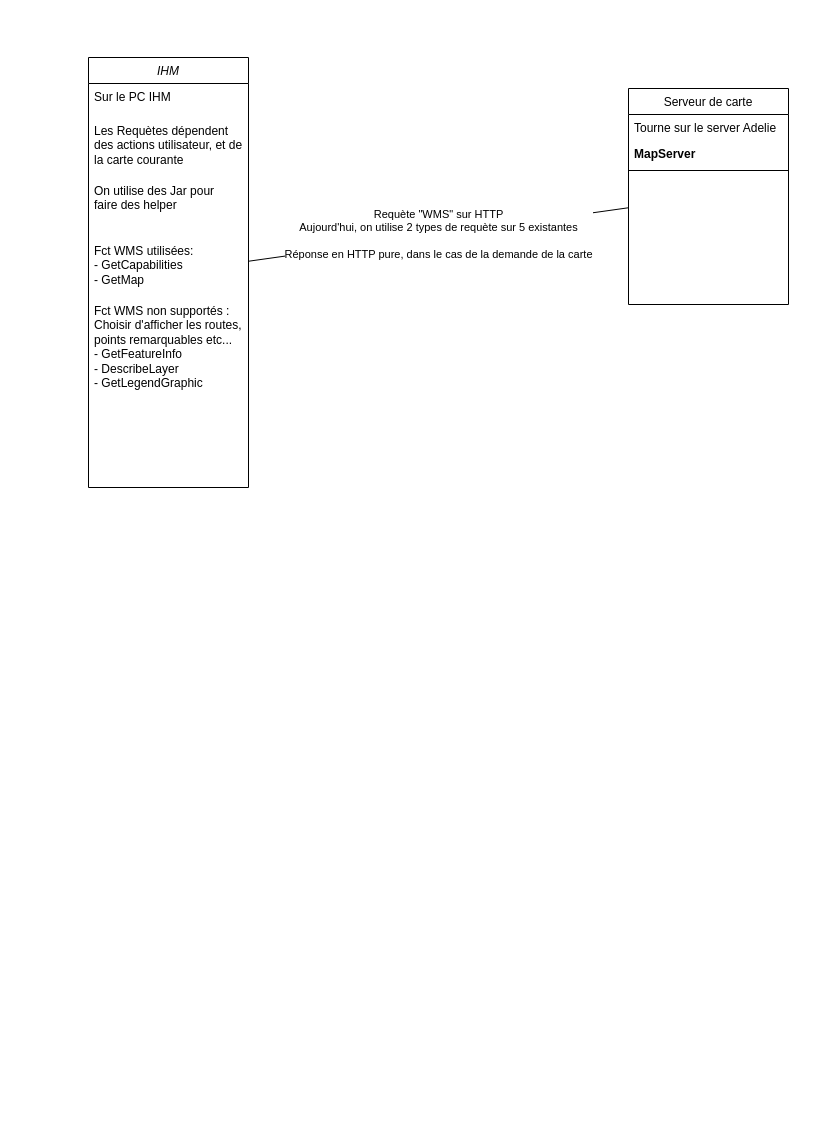
ParaPimo/parapimo-sandbox keeps this draw.io diagram as 2022-06_Adelie_Maps.drawio. Above is the earlier version. Source tidied: cells renumbered, new cells numbered last; positions are measured from the earlier drawing's top-left corner, leaving out a move shared by most shapes. Both pictures are drawn from the tidied source at 100%, with x=0, y=0 at pixel (88, 57).
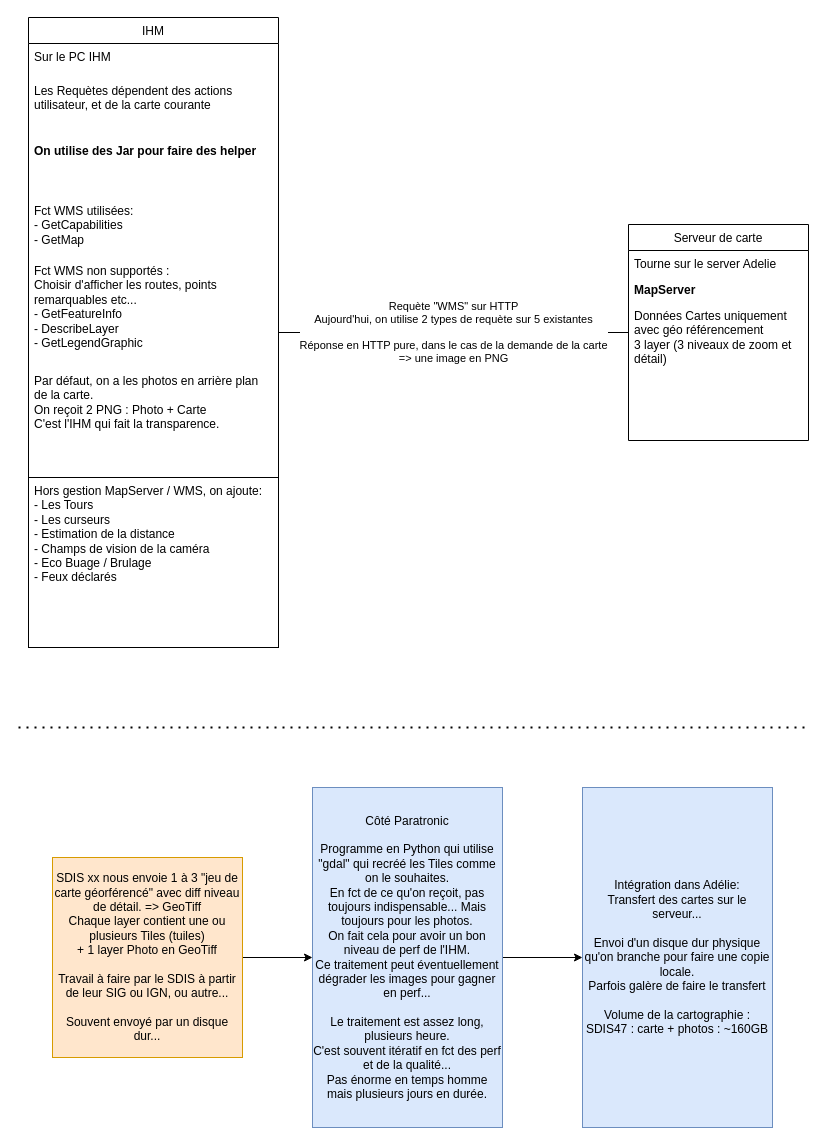
The same page after the edit.

Diff of the diagram source:
```diff
@@
-    <mxCell id="2" value="IHM" style="swimlane;fontStyle=2;align=center;verticalAlign=top;horizontal=1;startSize=26;rounded=0;shadow=0;strokeWidth=1;" parent="1" vertex="1">
-      <mxGeometry width="160" height="430" as="geometry" />
+    <mxCell id="2" value="IHM" style="swimlane;fontStyle=0;align=center;verticalAlign=top;horizontal=1;startSize=26;rounded=0;shadow=0;strokeWidth=1;" parent="1" vertex="1">
+      <mxGeometry x="-60" y="-40" width="250" height="630" as="geometry" />
     </mxCell>
     <mxCell id="3" value="Sur le PC IHM&#10;&#10;" style="text;align=left;verticalAlign=top;spacingLeft=4;spacingRight=4;overflow=hidden;rounded=0;shadow=0;html=0;whiteSpace=wrap;" parent="2" vertex="1">
-      <mxGeometry y="26" width="160" height="34" as="geometry" />
+      <mxGeometry y="26" width="250" height="34" as="geometry" />
     </mxCell>
     <mxCell id="4" value="Les Requètes dépendent des actions utilisateur, et de la carte courante" style="text;align=left;verticalAlign=top;spacingLeft=4;spacingRight=4;overflow=hidden;rounded=0;shadow=0;html=0;whiteSpace=wrap;" parent="2" vertex="1">
-      <mxGeometry y="60" width="160" height="60" as="geometry" />
+      <mxGeometry y="60" width="250" height="60" as="geometry" />
     </mxCell>
-    <mxCell id="5" value="On utilise des Jar pour  faire des helper" style="text;align=left;verticalAlign=top;spacingLeft=4;spacingRight=4;overflow=hidden;rounded=0;shadow=0;html=0;whiteSpace=wrap;" parent="2" vertex="1">
-      <mxGeometry y="120" width="160" height="60" as="geometry" />
+    <mxCell id="5" value="On utilise des Jar pour faire des helper" style="text;align=left;verticalAlign=top;spacingLeft=4;spacingRight=4;overflow=hidden;rounded=0;shadow=0;html=0;whiteSpace=wrap;fontStyle=1;" parent="2" vertex="1">
+      <mxGeometry y="120" width="250" height="60" as="geometry" />
     </mxCell>
     <mxCell id="6" value="Fct WMS utilisées:&#10;- GetCapabilities&#10;- GetMap" style="text;align=left;verticalAlign=top;spacingLeft=4;spacingRight=4;overflow=hidden;rounded=0;shadow=0;html=0;whiteSpace=wrap;" parent="2" vertex="1">
-      <mxGeometry y="180" width="160" height="60" as="geometry" />
+      <mxGeometry y="180" width="250" height="60" as="geometry" />
     </mxCell>
     <mxCell id="7" value="Fct WMS non supportés :&#10;Choisir d'afficher les routes, points remarquables etc...&#10;- GetFeatureInfo&#10;- DescribeLayer&#10;- GetLegendGraphic" style="text;align=left;verticalAlign=top;spacingLeft=4;spacingRight=4;overflow=hidden;rounded=0;shadow=0;html=0;whiteSpace=wrap;" parent="2" vertex="1">
-      <mxGeometry y="240" width="160" height="130" as="geometry" />
+      <mxGeometry y="240" width="250" height="110" as="geometry" />
     </mxCell>
+    <mxCell id="14" value="Par défaut, on a les photos en arrière plan de la carte.&#10;On reçoit 2 PNG : Photo + Carte&#10;C'est l'IHM qui fait la transparence." style="text;align=left;verticalAlign=top;spacingLeft=4;spacingRight=4;overflow=hidden;rounded=0;shadow=0;html=0;whiteSpace=wrap;" parent="2" vertex="1">
+      <mxGeometry y="350" width="250" height="110" as="geometry" />
+    </mxCell>
-    <mxCell id="8" style="text;align=left;verticalAlign=top;spacingLeft=4;spacingRight=4;overflow=hidden;rounded=0;shadow=0;html=0;whiteSpace=wrap;" parent="2" vertex="1">
-      <mxGeometry y="370" width="160" height="60" as="geometry" />
+    <mxCell id="8" value="Hors gestion MapServer / WMS, on ajoute:&#10;- Les Tours&#10;- Les curseurs&#10;- Estimation de la distance&#10;- Champs de vision de la caméra&#10;- Eco Buage / Brulage&#10;- Feux déclarés" style="text;align=left;verticalAlign=top;spacingLeft=4;spacingRight=4;overflow=hidden;rounded=0;shadow=0;html=0;whiteSpace=wrap;strokeColor=default;" parent="2" vertex="1">
+      <mxGeometry y="460" width="250" height="170" as="geometry" />
     </mxCell>
     <mxCell id="9" value="Serveur de carte" style="swimlane;fontStyle=0;align=center;verticalAlign=top;horizontal=1;startSize=26;rounded=0;shadow=0;strokeWidth=1;" parent="1" vertex="1">
-      <mxGeometry x="540" y="31" width="160" height="216" as="geometry" />
+      <mxGeometry x="540" y="167" width="180" height="216" as="geometry" />
     </mxCell>
     <mxCell id="10" value="Tourne sur le server Adelie" style="text;align=left;verticalAlign=top;spacingLeft=4;spacingRight=4;overflow=hidden;" parent="9" vertex="1">
-      <mxGeometry y="26" width="160" height="26" as="geometry" />
+      <mxGeometry y="26" width="180" height="26" as="geometry" />
     </mxCell>
     <mxCell id="11" value="MapServer" style="text;align=left;verticalAlign=top;spacingLeft=4;spacingRight=4;overflow=hidden;rounded=0;shadow=0;html=0;fontStyle=1;" parent="9" vertex="1">
-      <mxGeometry y="52" width="160" height="26" as="geometry" />
+      <mxGeometry y="52" width="180" height="26" as="geometry" />
     </mxCell>
-    <mxCell id="12" style="line;html=1;strokeWidth=1;align=left;verticalAlign=middle;spacingTop=-1;spacingLeft=3;spacingRight=3;labelPosition=right;" parent="9" vertex="1">
-      <mxGeometry y="78" width="160" height="8" as="geometry" />
-    </mxCell>
+    <mxCell id="15" value="Données Cartes uniquement avec géo référencement&#10;3 layer (3 niveaux de zoom et détail)" style="text;align=left;verticalAlign=top;spacingLeft=4;spacingRight=4;overflow=hidden;rounded=0;shadow=0;html=0;fontStyle=0;whiteSpace=wrap;" parent="9" vertex="1">
+      <mxGeometry y="78" width="180" height="82" as="geometry" />
+    </mxCell>
-    <mxCell id="13" value="Requète &quot;WMS&quot; sur HTTP&lt;br&gt;Aujourd'hui, on utilise 2 types de requète sur 5 existantes&lt;br&gt;&lt;br&gt;Réponse en HTTP pure, dans le cas de la demande de la carte" style="endArrow=none;html=1;rounded=0;" parent="1" edge="1" source="2" target="9">
+    <mxCell id="13" value="Requète &quot;WMS&quot; sur HTTP&lt;br&gt;Aujourd'hui, on utilise 2 types de requète sur 5 existantes&lt;br&gt;&lt;br&gt;Réponse en HTTP pure, dans le cas de la demande de la carte&lt;br&gt;=&amp;gt; une image en PNG" style="endArrow=none;html=1;rounded=0;" parent="1" edge="1" source="2" target="9">
       <mxGeometry relative="1" as="geometry" />
     </mxCell>
+    <mxCell id="16" style="edgeStyle=orthogonalEdgeStyle;rounded=0;jettySize=auto;html=1;" parent="1" edge="1" source="17" target="19">
+      <mxGeometry relative="1" as="geometry" />
+    </mxCell>
+    <mxCell id="17" value="SDIS xx nous envoie 1 à 3 &quot;jeu de carte géorférencé&quot; avec diff niveau de détail. =&amp;gt; GeoTiff&lt;br&gt;Chaque layer contient une ou plusieurs Tiles (tuiles)&lt;br&gt;+ 1 layer Photo en GeoTiff&lt;br&gt;&lt;br&gt;Travail à faire par le SDIS à partir de leur SIG ou IGN, ou autre...&lt;br&gt;&lt;br&gt;Souvent envoyé par un disque dur..." style="rounded=0;whiteSpace=wrap;html=1;strokeColor=#d79b00;fillColor=#ffe6cc;" parent="1" vertex="1">
+      <mxGeometry x="-36" y="800" width="190" height="200" as="geometry" />
+    </mxCell>
+    <mxCell id="18" style="edgeStyle=orthogonalEdgeStyle;rounded=0;jettySize=auto;html=1;" parent="1" edge="1" source="19" target="20">
+      <mxGeometry relative="1" as="geometry" />
+    </mxCell>
+    <mxCell id="19" value="Côté Paratronic&lt;br&gt;&lt;br&gt;Programme en Python qui utilise &quot;gdal&quot; qui recréé les Tiles comme on le souhaites.&lt;br&gt;En fct de ce qu'on reçoit, pas toujours indispensable... Mais toujours pour les photos.&lt;br&gt;On fait cela pour avoir un bon niveau de perf de l'IHM.&lt;br&gt;Ce traitement peut éventuellement dégrader les images pour gagner en perf...&lt;br&gt;&lt;br&gt;Le traitement est assez long, plusieurs heure.&lt;br&gt;C'est souvent itératif en fct des perf et de la qualité...&lt;br&gt;Pas énorme en temps homme mais plusieurs jours en durée." style="rounded=0;whiteSpace=wrap;html=1;strokeColor=#6c8ebf;fillColor=#dae8fc;" parent="1" vertex="1">
+      <mxGeometry x="224" y="730" width="190" height="340" as="geometry" />
+    </mxCell>
+    <mxCell id="20" value="Intégration dans Adélie:&lt;br&gt;Transfert des cartes sur le serveur...&lt;br&gt;&lt;br&gt;Envoi d'un disque dur physique qu'on branche pour faire une copie locale.&lt;br&gt;Parfois galère de faire le transfert&lt;br&gt;&lt;br&gt;Volume de la cartographie :&lt;br&gt;SDIS47 : carte + photos : ~160GB" style="rounded=0;whiteSpace=wrap;html=1;strokeColor=#6c8ebf;fillColor=#dae8fc;" parent="1" vertex="1">
+      <mxGeometry x="494" y="730" width="190" height="340" as="geometry" />
+    </mxCell>
+    <mxCell id="21" style="endArrow=none;dashed=1;html=1;dashPattern=1 3;strokeWidth=2;rounded=0;" parent="1" edge="1">
+      <mxGeometry relative="1" as="geometry">
+        <mxPoint x="-70" y="670" as="sourcePoint" />
+        <mxPoint x="720" y="670" as="targetPoint" />
+      </mxGeometry>
+    </mxCell>
```
